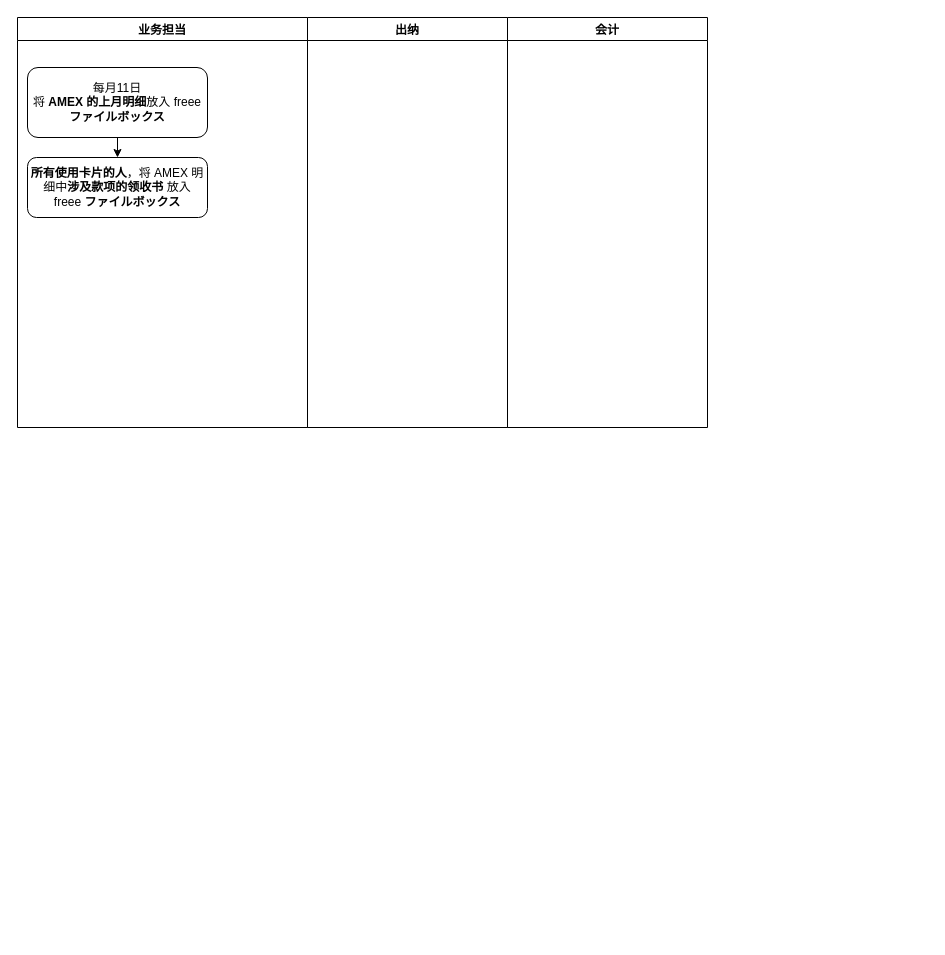
Before: page "付款-公司信用卡" (4 of 4) of payment.drawio in niltsh/drawing, a draw.io diagram. Source tidied: cells renumbered, new cells numbered last; positions are measured from the earlier drawing's top-left corner, leaving out a move shared by most shapes. Both pictures are drawn from the tidied source at 100%, with x=0, y=0 at pixel (17, 17).
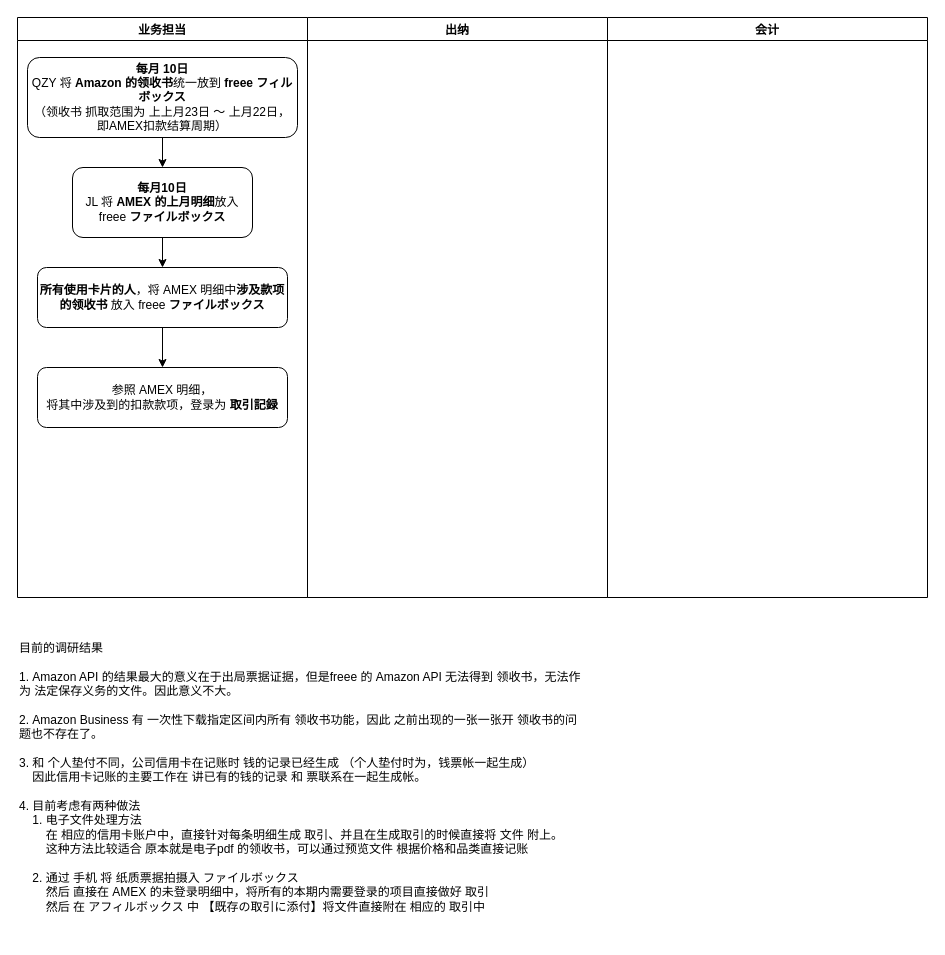
The same page after the edit.

Diff of the diagram source:
```diff
@@
 <mxGraphModel>
   <root>
     <mxCell id="0" />
     <mxCell id="1" parent="0" />
     <mxCell id="2" value="业务担当" style="swimlane;" parent="1" vertex="1">
-      <mxGeometry width="290" height="410" as="geometry" />
+      <mxGeometry width="290" height="580" as="geometry" />
     </mxCell>
     <mxCell id="3" style="edgeStyle=orthogonalEdgeStyle;rounded=0;jettySize=auto;html=1;exitX=0.5;exitY=1;exitDx=0;exitDy=0;entryX=0.5;entryY=0;entryDx=0;entryDy=0;" parent="2" edge="1" source="4" target="5">
       <mxGeometry relative="1" as="geometry" />
     </mxCell>
-    <mxCell id="4" value="每月11日&lt;br&gt;将&lt;b&gt; AMEX 的上月明细&lt;/b&gt;放入 freee &lt;b&gt;ファイルボックス&lt;/b&gt;" style="rounded=1;whiteSpace=wrap;html=1;" parent="2" vertex="1">
-      <mxGeometry x="10" y="50" width="180" height="70" as="geometry" />
+    <mxCell id="4" value="&lt;b&gt;每月10日&lt;/b&gt;&lt;br&gt;JL 将&lt;b&gt; AMEX 的上月明细&lt;/b&gt;放入 freee &lt;b&gt;ファイルボックス&lt;/b&gt;" style="rounded=1;whiteSpace=wrap;html=1;" parent="2" vertex="1">
+      <mxGeometry x="55" y="150" width="180" height="70" as="geometry" />
     </mxCell>
+    <mxCell id="8" style="edgeStyle=orthogonalEdgeStyle;rounded=0;jettySize=auto;html=1;exitX=0.5;exitY=1;exitDx=0;exitDy=0;entryX=0.5;entryY=0;entryDx=0;entryDy=0;" parent="2" edge="1" source="5" target="11">
+      <mxGeometry relative="1" as="geometry" />
+    </mxCell>
     <mxCell id="5" value="&lt;b&gt;所有使用卡片的人&lt;/b&gt;，将 AMEX 明细中&lt;b&gt;涉及款项的领收书&lt;/b&gt; 放入 freee &lt;b&gt;ファイルボックス&lt;/b&gt;" style="rounded=1;whiteSpace=wrap;html=1;" parent="2" vertex="1">
-      <mxGeometry x="10" y="140" width="180" height="60" as="geometry" />
+      <mxGeometry x="20" y="250" width="250" height="60" as="geometry" />
     </mxCell>
+    <mxCell id="9" style="edgeStyle=orthogonalEdgeStyle;rounded=0;jettySize=auto;html=1;exitX=0.5;exitY=1;exitDx=0;exitDy=0;entryX=0.5;entryY=0;entryDx=0;entryDy=0;" parent="2" edge="1" source="10" target="4">
+      <mxGeometry relative="1" as="geometry" />
+    </mxCell>
+    <mxCell id="10" value="&lt;b&gt;每月 10日&lt;/b&gt;&lt;br&gt;QZY 将 &lt;b&gt;Amazon 的领收书&lt;/b&gt;统一放到 &lt;b&gt;freee フィルボックス&lt;br&gt;&lt;/b&gt;（领收书 抓取范围为 上上月23日 ～ 上月22日，即AMEX扣款结算周期）" style="rounded=1;whiteSpace=wrap;html=1;" parent="2" vertex="1">
+      <mxGeometry x="10" y="40" width="270" height="80" as="geometry" />
+    </mxCell>
+    <mxCell id="11" value="参照 AMEX 明细，&lt;br&gt;将其中涉及到的扣款款项，登录为 &lt;b&gt;取引記録&lt;/b&gt;" style="rounded=1;whiteSpace=wrap;html=1;" parent="2" vertex="1">
+      <mxGeometry x="20" y="350" width="250" height="60" as="geometry" />
+    </mxCell>
     <mxCell id="6" value="出纳" style="swimlane;" parent="1" vertex="1">
-      <mxGeometry x="290" width="200" height="410" as="geometry" />
+      <mxGeometry x="290" width="300" height="580" as="geometry" />
     </mxCell>
     <mxCell id="7" value="会计" style="swimlane;" parent="1" vertex="1">
-      <mxGeometry x="490" width="200" height="410" as="geometry" />
+      <mxGeometry x="590" width="320" height="580" as="geometry" />
     </mxCell>
+    <mxCell id="12" value="目前的调研结果&lt;br&gt;&lt;br&gt;1. Amazon API 的结果最大的意义在于出局票据证据，但是freee 的 Amazon API 无法得到 领收书，无法作为 法定保存义务的文件。因此意义不大。&lt;br&gt;&lt;br&gt;2. Amazon Business 有 一次性下载指定区间内所有 领收书功能，因此 之前出现的一张一张开 领收书的问题也不存在了。&lt;br&gt;&lt;br&gt;3. 和 个人垫付不同，公司信用卡在记账时 钱的记录已经生成 （个人垫付时为，钱票帐一起生成）&lt;br&gt;&amp;nbsp; &amp;nbsp; 因此信用卡记账的主要工作在 讲已有的钱的记录 和 票联系在一起生成帐。&lt;br&gt;&lt;br&gt;4. 目前考虑有两种做法&lt;br&gt;&amp;nbsp; &amp;nbsp; 1. 电子文件处理方法&lt;br&gt;&amp;nbsp; &amp;nbsp; &amp;nbsp; &amp;nbsp; 在 相应的信用卡账户中，直接针对每条明细生成 取引、并且在生成取引的时候直接将 文件 附上。&lt;br&gt;&amp;nbsp; &amp;nbsp; &amp;nbsp; &amp;nbsp; 这种方法比较适合 原本就是电子pdf 的领收书，可以通过预览文件 根据价格和品类直接记账&lt;br&gt;&amp;nbsp; &amp;nbsp; &lt;br&gt;&amp;nbsp; &amp;nbsp; 2. 通过 手机 将 纸质票据拍摄入 ファイルボックス&lt;br&gt;&amp;nbsp; &amp;nbsp; &amp;nbsp; &amp;nbsp; 然后 直接在 AMEX 的未登录明细中，将所有的本期内需要登录的项目直接做好 取引&lt;br&gt;&amp;nbsp; &amp;nbsp; &amp;nbsp; &amp;nbsp; 然后 在 アフィルボックス 中 【既存の取引に添付】将文件直接附在 相应的 取引中" style="text;html=1;strokeColor=none;fillColor=none;align=left;verticalAlign=middle;whiteSpace=wrap;rounded=0;" parent="1" vertex="1">
+      <mxGeometry y="600" width="570" height="320" as="geometry" />
+    </mxCell>
   </root>
 </mxGraphModel>
```
